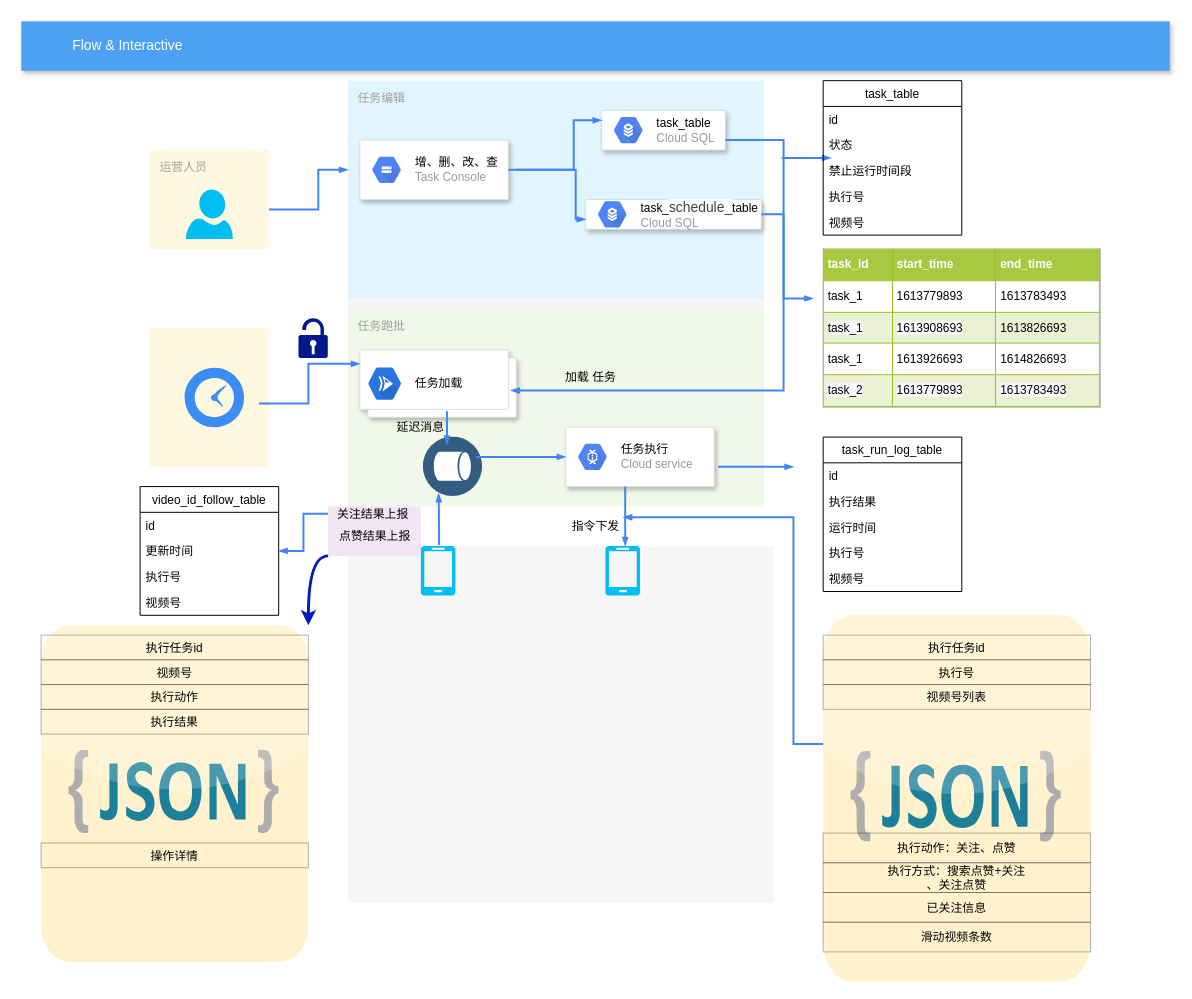
Above: craft/task_magr1.drawio in feihu618/drawio (draw.io), before the change. Source tidied: cells renumbered, new cells numbered last; positions are measured from the earlier drawing's top-left corner, leaving out a move shared by most shapes. Both pictures are drawn from the tidied source at 99%, with x=0, y=0 at pixel (21, 21).
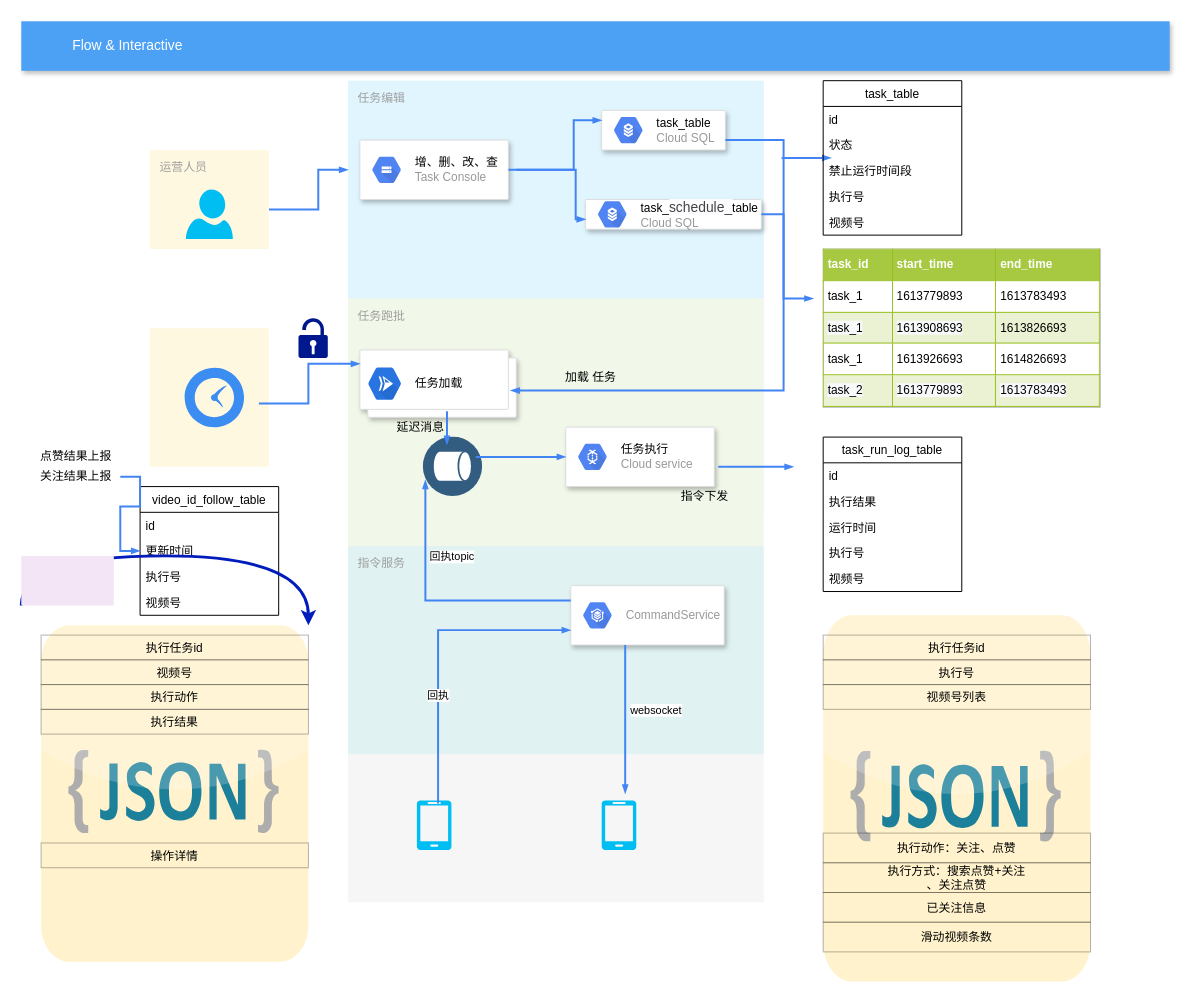
After the change.

Unchanged cells that the change refers to:
```xml
<mxCell id="39" style="perimeter=ellipsePerimeter;html=1;align=center;shadow=0;dashed=0;fontColor=#4277BB;labelBackgroundColor=#ffffff;fontSize=12;spacingTop=3;image;image=img/lib/ibm/data/data_services.svg;direction=south;" parent="1" vertex="1">
  <mxGeometry x="405" y="420" width="60" height="60" as="geometry" />
</mxCell>
```

What changed in the source:
```diff
@@
     <mxCell id="2" style="fillColor=#F6F6F6;strokeColor=none;shadow=0;gradientColor=none;fontSize=14;align=left;spacing=10;fontColor=#717171;9E9E9E;verticalAlign=top;spacingTop=-4;fontStyle=0;spacingLeft=40;html=1;" parent="1" vertex="1">
-      <mxGeometry x="330" y="530" width="430" height="360" as="geometry" />
+      <mxGeometry x="330" y="740" width="420" height="150" as="geometry" />
     </mxCell>
@@
-    <mxCell id="12" style="verticalLabelPosition=bottom;html=1;verticalAlign=top;align=center;strokeColor=none;fillColor=#00BEF2;shape=mxgraph.azure.mobile;" parent="1" vertex="1">
-      <mxGeometry x="590" y="530" width="35" height="50" as="geometry" />
-    </mxCell>
     <mxCell id="13" style="verticalLabelPosition=bottom;html=1;verticalAlign=top;align=center;strokeColor=none;fillColor=#00BEF2;shape=mxgraph.azure.mobile;" parent="1" vertex="1">
-      <mxGeometry x="403.5" y="530" width="35" height="50" as="geometry" />
+      <mxGeometry x="399.5" y="787" width="35" height="50" as="geometry" />
     </mxCell>
@@
     <mxCell id="17" value="任务跑批" style="rounded=1;absoluteArcSize=1;arcSize=2;html=1;strokeColor=none;gradientColor=none;shadow=0;dashed=0;strokeColor=none;fontSize=12;fontColor=#9E9E9E;align=left;verticalAlign=top;spacing=10;spacingTop=-4;fillColor=#F1F8E9;" parent="1" vertex="1">
-      <mxGeometry x="330" y="290" width="420" height="200" as="geometry" />
+      <mxGeometry x="330" y="280" width="420" height="250" as="geometry" />
     </mxCell>
@@
-    <mxCell id="42" style="edgeStyle=orthogonalEdgeStyle;rounded=0;html=1;labelBackgroundColor=none;startFill=1;startSize=4;endArrow=blockThin;endFill=1;endSize=4;jettySize=auto;strokeColor=#4284F3;strokeWidth=2;fontSize=12;fontColor=#000000;align=center;dashed=0;" parent="1" edge="1" target="2">
-      <mxGeometry relative="1" as="geometry">
-        <mxPoint x="610" y="470" as="sourcePoint" />
-        <Array as="points">
-          <mxPoint x="610" y="500" />
-          <mxPoint x="610" y="500" />
-        </Array>
-      </mxGeometry>
-    </mxCell>
-    <mxCell id="43" style="edgeStyle=orthogonalEdgeStyle;rounded=0;html=1;labelBackgroundColor=none;startFill=1;startSize=4;endArrow=blockThin;endFill=1;endSize=4;jettySize=auto;strokeColor=#4284F3;strokeWidth=2;fontSize=12;fontColor=#000000;align=center;dashed=0;entryX=1;entryY=0.75;entryDx=0;entryDy=0;" parent="1" edge="1" target="39">
-      <mxGeometry relative="1" as="geometry">
-        <mxPoint x="422" y="529" as="sourcePoint" />
-        <Array as="points">
-          <mxPoint x="422" y="510" />
-          <mxPoint x="422" y="510" />
-        </Array>
-      </mxGeometry>
-    </mxCell>
@@
     <mxCell id="51" value="指令下发" style="text;html=1;align=center;verticalAlign=middle;points=[];fillColor=none;strokeColor=none;rounded=0;" parent="1" vertex="1">
-      <mxGeometry x="550" y="500" width="60" height="20" as="geometry" />
+      <mxGeometry x="660" y="470" width="60" height="20" as="geometry" />
     </mxCell>
@@
-    <mxCell id="67" style="edgeStyle=orthogonalEdgeStyle;rounded=0;html=1;labelBackgroundColor=none;startFill=1;startSize=4;endArrow=blockThin;endFill=1;endSize=4;jettySize=auto;strokeColor=#4284F3;strokeWidth=2;fontSize=12;fontColor=#000000;align=center;dashed=0;entryX=0.967;entryY=0.05;entryDx=0;entryDy=0;entryPerimeter=0;" parent="1" edge="1" target="51">
-      <mxGeometry relative="1" as="geometry">
-        <mxPoint x="810" y="730" as="sourcePoint" />
-        <Array as="points">
-          <mxPoint x="780" y="730" />
-          <mxPoint x="780" y="501" />
-        </Array>
-      </mxGeometry>
-    </mxCell>
@@
     <mxCell id="71" style="points=[[0,0,0],[0.25,0,0],[0.5,0,0],[0.75,0,0],[1,0,0],[1,0.25,0],[1,0.5,0],[1,0.75,0],[1,1,0],[0.75,1,0],[0.5,1,0],[0.25,1,0],[0,1,0],[0,0.75,0],[0,0.5,0],[0,0.25,0]];rounded=1;absoluteArcSize=1;arcSize=2;html=1;strokeColor=none;gradientColor=none;shadow=0;dashed=0;fontSize=12;fontColor=#9E9E9E;align=left;verticalAlign=top;spacing=10;spacingTop=-4;fillColor=#F3E5F5;" parent="1" vertex="1">
-      <mxGeometry x="310" y="490" width="93.5" height="50" as="geometry" />
+      <mxGeometry y="540" width="93.5" height="50" as="geometry" />
     </mxCell>
     <mxCell id="72" value="关注结果上报" style="text;html=1;align=center;verticalAlign=middle;points=[];fillColor=none;strokeColor=none;rounded=0;" parent="1" vertex="1">
-      <mxGeometry x="310" y="487.5" width="90" height="20" as="geometry" />
+      <mxGeometry x="10" y="450" width="90" height="20" as="geometry" />
     </mxCell>
     <mxCell id="73" value="点赞结果上报" style="text;html=1;align=center;verticalAlign=middle;fillColor=none;strokeColor=none;rounded=0;" parent="1" vertex="1">
-      <mxGeometry x="311.8" y="510" width="90" height="20" as="geometry" />
+      <mxGeometry x="10" y="430" width="90" height="20" as="geometry" />
     </mxCell>
@@
+    <mxCell id="12" style="verticalLabelPosition=bottom;html=1;verticalAlign=top;align=center;strokeColor=none;fillColor=#00BEF2;shape=mxgraph.azure.mobile;" parent="1" vertex="1">
+      <mxGeometry x="586.2" y="787" width="35" height="50" as="geometry" />
+    </mxCell>
+    <mxCell id="81" value="指令服务" style="rounded=1;absoluteArcSize=1;arcSize=2;html=1;strokeColor=none;gradientColor=none;shadow=0;dashed=0;fontSize=12;fontColor=#9E9E9E;align=left;verticalAlign=top;spacing=10;spacingTop=-4;fillColor=#E0F2F1;" parent="1" vertex="1">
+      <mxGeometry x="330" y="530" width="420" height="210" as="geometry" />
+    </mxCell>
+    <mxCell id="82" style="strokeColor=#dddddd;shadow=1;strokeWidth=1;rounded=1;absoluteArcSize=1;arcSize=2;" parent="1" vertex="1">
+      <mxGeometry x="555" y="570" width="155" height="60" as="geometry" />
+    </mxCell>
+    <mxCell id="83" value="CommandService" style="dashed=0;html=1;fillColor=#5184F3;strokeColor=none;shape=mxgraph.gcp2.hexIcon;prIcon=gke_on_prem;labelPosition=right;verticalLabelPosition=middle;align=left;verticalAlign=middle;spacingLeft=5;fontColor=#999999;fontSize=12;" parent="82" vertex="1">
+      <mxGeometry y="0.5" width="44" height="39" relative="1" as="geometry">
+        <mxPoint x="5" y="-19.5" as="offset" />
+      </mxGeometry>
+    </mxCell>
+    <mxCell id="84" style="edgeStyle=orthogonalEdgeStyle;rounded=0;html=1;labelBackgroundColor=none;startFill=1;startSize=4;endArrow=blockThin;endFill=1;endSize=4;jettySize=auto;orthogonalLoop=1;strokeColor=#4284F3;strokeWidth=2;fontSize=12;fontColor=#000000;align=center;dashed=0;" parent="82" edge="1">
+      <mxGeometry relative="1" as="geometry">
+        <mxPoint x="55" y="77" as="sourcePoint" />
+        <mxPoint x="55" y="210" as="targetPoint" />
+        <Array as="points">
+          <mxPoint x="55" y="60" />
+          <mxPoint x="55" y="60" />
+        </Array>
+      </mxGeometry>
+    </mxCell>
+    <mxCell id="85" value="websocket" style="edgeLabel;html=1;align=center;verticalAlign=middle;" parent="84" vertex="1">
+      <mxGeometry x="-0.07" y="1" relative="1" as="geometry">
+        <mxPoint x="29" y="4" as="offset" />
+      </mxGeometry>
+    </mxCell>
+    <mxCell id="86" style="edgeStyle=orthogonalEdgeStyle;rounded=0;html=1;labelBackgroundColor=none;startFill=1;startSize=4;endArrow=blockThin;endFill=1;endSize=4;jettySize=auto;strokeColor=#4284F3;strokeWidth=2;fontSize=12;fontColor=#000000;align=center;dashed=0;entryX=0;entryY=0.75;entryDx=0;entryDy=0;" parent="1" edge="1" target="82">
+      <mxGeometry relative="1" as="geometry">
+        <mxPoint x="421" y="790" as="sourcePoint" />
+        <Array as="points">
+          <mxPoint x="421" y="615" />
+        </Array>
+      </mxGeometry>
+    </mxCell>
+    <mxCell id="87" value="回执" style="edgeLabel;html=1;align=center;verticalAlign=middle;" parent="86" vertex="1">
+      <mxGeometry x="-0.29" y="2" relative="1" as="geometry">
+        <mxPoint x="1" as="offset" />
+      </mxGeometry>
+    </mxCell>
+    <mxCell id="88" style="edgeStyle=orthogonalEdgeStyle;rounded=0;html=1;labelBackgroundColor=none;startFill=1;startSize=4;endArrow=blockThin;endFill=1;endSize=4;jettySize=auto;strokeColor=#4284F3;strokeWidth=2;fontSize=12;fontColor=#000000;align=center;dashed=0;entryX=0.75;entryY=1;entryDx=0;entryDy=0;exitX=0;exitY=0.25;exitDx=0;exitDy=0;" parent="1" edge="1" source="82" target="39">
+      <mxGeometry relative="1" as="geometry">
+        <Array as="points">
+          <mxPoint x="408" y="585" />
+        </Array>
+      </mxGeometry>
+    </mxCell>
+    <mxCell id="89" value="回执topic" style="edgeLabel;html=1;align=center;verticalAlign=middle;" parent="88" vertex="1">
+      <mxGeometry x="-0.29" y="2" relative="1" as="geometry">
+        <mxPoint x="-25.5" y="-47" as="offset" />
+      </mxGeometry>
+    </mxCell>
```
